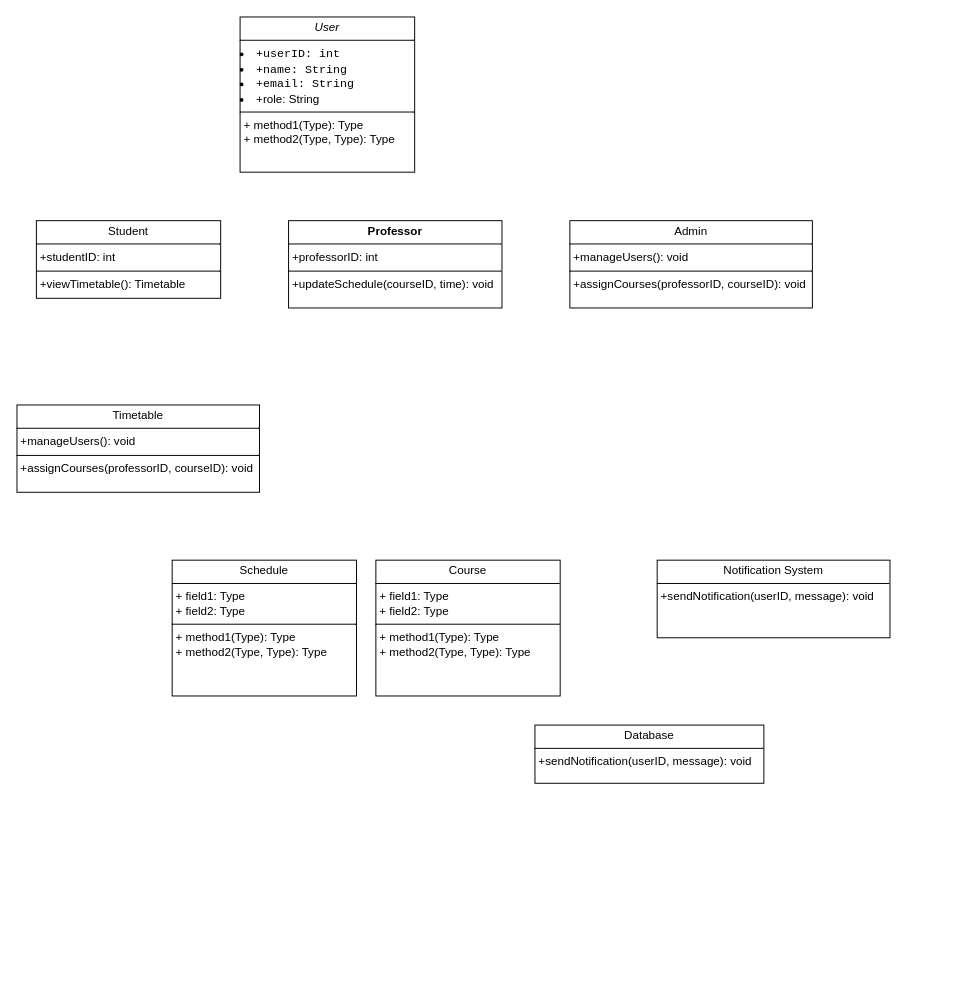
The draw.io diagram Untitled Diagram.drawio in Animofly/se_assign_3, before the edit. Source tidied: cells renumbered, new cells numbered last; positions are measured from the earlier drawing's top-left corner, leaving out a move shared by most shapes. Both pictures are drawn from the tidied source at 97%, with x=0, y=0 at pixel (16, 16).
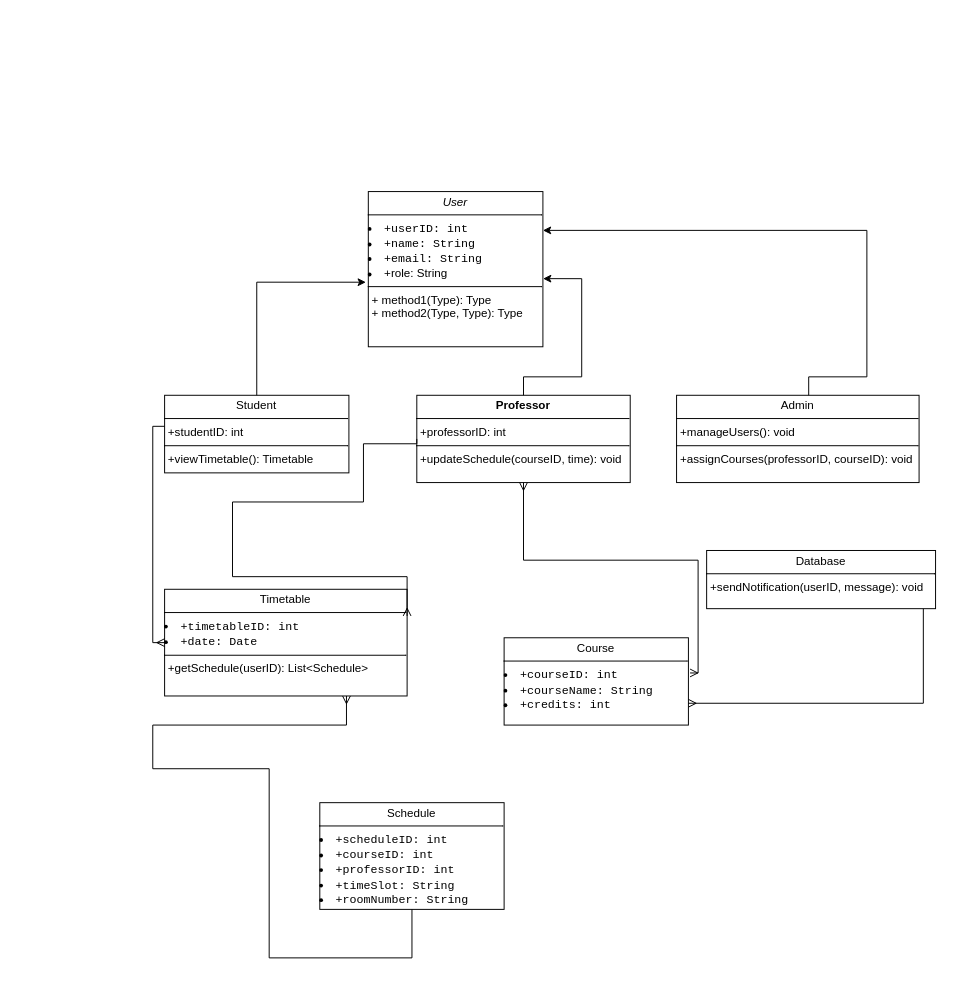
The same page after the edit.

What changed in the source:
```diff
@@
     <mxCell id="2" value="&lt;p style=&quot;margin:0px;margin-top:4px;text-align:center;&quot;&gt;&lt;i&gt;User&lt;/i&gt;&lt;/p&gt;&lt;hr size=&quot;1&quot; style=&quot;border-style:solid;&quot;&gt;&lt;li&gt;&lt;code&gt;+userID: int&lt;/code&gt;&lt;/li&gt;&lt;li&gt;&lt;code&gt;+name: String&lt;/code&gt;&lt;/li&gt;&lt;li&gt;&lt;code&gt;+email: String&lt;/code&gt;&lt;/li&gt;&lt;li&gt;+role: String&lt;/li&gt;&lt;hr size=&quot;1&quot; style=&quot;border-style:solid;&quot;&gt;&lt;p style=&quot;margin:0px;margin-left:4px;&quot;&gt;+ method1(Type): Type&lt;br&gt;+ method2(Type, Type): Type&lt;/p&gt;" style="verticalAlign=top;align=left;overflow=fill;html=1;whiteSpace=wrap;" parent="1" vertex="1">
-      <mxGeometry x="230" width="180" height="160" as="geometry" />
+      <mxGeometry x="362.2" y="180" width="180" height="160" as="geometry" />
     </mxCell>
     <mxCell id="3" value="&lt;p style=&quot;margin:0px;margin-top:4px;text-align:center;&quot;&gt;Student&lt;/p&gt;&lt;hr size=&quot;1&quot; style=&quot;border-style:solid;&quot;&gt;&lt;p style=&quot;margin:0px;margin-left:4px;&quot;&gt;+studentID: int&lt;/p&gt;&lt;hr size=&quot;1&quot; style=&quot;border-style:solid;&quot;&gt;&lt;p style=&quot;margin:0px;margin-left:4px;&quot;&gt;+viewTimetable(): Timetable&lt;/p&gt;" style="verticalAlign=top;align=left;overflow=fill;html=1;whiteSpace=wrap;" parent="1" vertex="1">
-      <mxGeometry x="20" y="210" width="190" height="80" as="geometry" />
+      <mxGeometry x="152.2" y="390" width="190" height="80" as="geometry" />
     </mxCell>
     <mxCell id="4" value="&lt;p style=&quot;margin:0px;margin-top:4px;text-align:center;&quot;&gt;&lt;strong&gt;Professor&lt;/strong&gt;&lt;/p&gt;&lt;hr size=&quot;1&quot; style=&quot;border-style:solid;&quot;&gt;&lt;p style=&quot;margin:0px;margin-left:4px;&quot;&gt;+professorID: int&lt;/p&gt;&lt;hr size=&quot;1&quot; style=&quot;border-style:solid;&quot;&gt;&lt;p style=&quot;margin:0px;margin-left:4px;&quot;&gt;+updateSchedule(courseID, time): void&lt;/p&gt;" style="verticalAlign=top;align=left;overflow=fill;html=1;whiteSpace=wrap;" parent="1" vertex="1">
-      <mxGeometry x="280" y="210" width="220" height="90" as="geometry" />
+      <mxGeometry x="412.2" y="390" width="220" height="90" as="geometry" />
     </mxCell>
-    <mxCell id="5" value="&lt;p style=&quot;margin:0px;margin-top:4px;text-align:center;&quot;&gt;Notification System&lt;/p&gt;&lt;hr size=&quot;1&quot; style=&quot;border-style:solid;&quot;&gt;&lt;p style=&quot;margin:0px;margin-left:4px;&quot;&gt;+sendNotification(userID, message): void&lt;/p&gt;" style="verticalAlign=top;align=left;overflow=fill;html=1;whiteSpace=wrap;" parent="1" vertex="1">
-      <mxGeometry x="660" y="560" width="240" height="80" as="geometry" />
-    </mxCell>
-    <mxCell id="6" value="&lt;p style=&quot;margin:0px;margin-top:4px;text-align:center;&quot;&gt;Schedule&lt;/p&gt;&lt;hr size=&quot;1&quot; style=&quot;border-style:solid;&quot;&gt;&lt;p style=&quot;margin:0px;margin-left:4px;&quot;&gt;+ field1: Type&lt;br&gt;+ field2: Type&lt;/p&gt;&lt;hr size=&quot;1&quot; style=&quot;border-style:solid;&quot;&gt;&lt;p style=&quot;margin:0px;margin-left:4px;&quot;&gt;+ method1(Type): Type&lt;br&gt;+ method2(Type, Type): Type&lt;/p&gt;" style="verticalAlign=top;align=left;overflow=fill;html=1;whiteSpace=wrap;" parent="1" vertex="1">
-      <mxGeometry x="160" y="560" width="190" height="140" as="geometry" />
+    <mxCell id="6" value="&lt;p style=&quot;margin:0px;margin-top:4px;text-align:center;&quot;&gt;Schedule&lt;/p&gt;&lt;hr size=&quot;1&quot; style=&quot;border-style:solid;&quot;&gt;&lt;li&gt;&lt;code&gt;+scheduleID: int&lt;/code&gt;&lt;/li&gt;&lt;li&gt;&lt;code&gt;+courseID: int&lt;/code&gt;&lt;/li&gt;&lt;li&gt;&lt;code&gt;+professorID: int&lt;/code&gt;&lt;/li&gt;&lt;li&gt;&lt;code&gt;+timeSlot: String&lt;/code&gt;&lt;/li&gt;&lt;li&gt;&lt;code&gt;+roomNumber: String&lt;/code&gt;&lt;/li&gt;" style="verticalAlign=top;align=left;overflow=fill;html=1;whiteSpace=wrap;" parent="1" vertex="1">
+      <mxGeometry x="312.2" y="810" width="190" height="110" as="geometry" />
     </mxCell>
     <mxCell id="7" value="&lt;p style=&quot;margin:0px;margin-top:4px;text-align:center;&quot;&gt;Admin&lt;/p&gt;&lt;hr size=&quot;1&quot; style=&quot;border-style:solid;&quot;&gt;&lt;p style=&quot;margin:0px;margin-left:4px;&quot;&gt;+manageUsers(): void&lt;/p&gt;&lt;hr size=&quot;1&quot; style=&quot;border-style:solid;&quot;&gt;&lt;p style=&quot;margin:0px;margin-left:4px;&quot;&gt;+assignCourses(professorID, courseID): void&lt;/p&gt;" style="verticalAlign=top;align=left;overflow=fill;html=1;whiteSpace=wrap;" parent="1" vertex="1">
-      <mxGeometry x="570" y="210" width="250" height="90" as="geometry" />
+      <mxGeometry x="680" y="390" width="250" height="90" as="geometry" />
     </mxCell>
-    <mxCell id="8" value="&lt;p style=&quot;margin:0px;margin-top:4px;text-align:center;&quot;&gt;Timetable&lt;/p&gt;&lt;hr size=&quot;1&quot; style=&quot;border-style:solid;&quot;&gt;&lt;p style=&quot;margin:0px;margin-left:4px;&quot;&gt;+manageUsers(): void&lt;/p&gt;&lt;hr size=&quot;1&quot; style=&quot;border-style:solid;&quot;&gt;&lt;p style=&quot;margin:0px;margin-left:4px;&quot;&gt;+assignCourses(professorID, courseID): void&lt;/p&gt;" style="verticalAlign=top;align=left;overflow=fill;html=1;whiteSpace=wrap;" parent="1" vertex="1">
-      <mxGeometry y="400" width="250" height="90" as="geometry" />
+    <mxCell id="8" value="&lt;p style=&quot;margin:0px;margin-top:4px;text-align:center;&quot;&gt;Timetable&lt;/p&gt;&lt;hr size=&quot;1&quot; style=&quot;border-style:solid;&quot;&gt;&lt;li&gt;&lt;code&gt;+timetableID: int&lt;/code&gt;&lt;/li&gt;&lt;li&gt;&lt;code&gt;+date: Date&lt;/code&gt;&lt;/li&gt;&lt;hr size=&quot;1&quot; style=&quot;border-style:solid;&quot;&gt;&lt;p style=&quot;margin:0px;margin-left:4px;&quot;&gt;+getSchedule(userID): List&amp;lt;Schedule&amp;gt;&lt;/p&gt;" style="verticalAlign=top;align=left;overflow=fill;html=1;whiteSpace=wrap;" parent="1" vertex="1">
+      <mxGeometry x="152.2" y="590" width="250" height="110" as="geometry" />
     </mxCell>
     <mxCell id="9" value="&lt;p style=&quot;margin:0px;margin-top:4px;text-align:center;&quot;&gt;Database&lt;/p&gt;&lt;hr size=&quot;1&quot; style=&quot;border-style:solid;&quot;&gt;&lt;p style=&quot;margin:0px;margin-left:4px;&quot;&gt;+sendNotification(userID, message): void&lt;/p&gt;" style="verticalAlign=top;align=left;overflow=fill;html=1;whiteSpace=wrap;" parent="1" vertex="1">
-      <mxGeometry x="534" y="730" width="236" height="60" as="geometry" />
+      <mxGeometry x="711" y="550" width="236" height="60" as="geometry" />
     </mxCell>
-    <mxCell id="10" value="&lt;p style=&quot;margin:0px;margin-top:4px;text-align:center;&quot;&gt;Course&lt;/p&gt;&lt;hr size=&quot;1&quot; style=&quot;border-style:solid;&quot;&gt;&lt;p style=&quot;margin:0px;margin-left:4px;&quot;&gt;+ field1: Type&lt;br&gt;+ field2: Type&lt;/p&gt;&lt;hr size=&quot;1&quot; style=&quot;border-style:solid;&quot;&gt;&lt;p style=&quot;margin:0px;margin-left:4px;&quot;&gt;+ method1(Type): Type&lt;br&gt;+ method2(Type, Type): Type&lt;/p&gt;" style="verticalAlign=top;align=left;overflow=fill;html=1;whiteSpace=wrap;" parent="1" vertex="1">
-      <mxGeometry x="370" y="560" width="190" height="140" as="geometry" />
+    <mxCell id="10" value="&lt;p style=&quot;margin:0px;margin-top:4px;text-align:center;&quot;&gt;Course&lt;/p&gt;&lt;hr size=&quot;1&quot; style=&quot;border-style:solid;&quot;&gt;&lt;li&gt;&lt;code&gt;+courseID: int&lt;/code&gt;&lt;/li&gt;&lt;li&gt;&lt;code&gt;+courseName: String&lt;/code&gt;&lt;/li&gt;&lt;li&gt;&lt;code&gt;+credits: int&lt;/code&gt;&lt;/li&gt;&lt;p style=&quot;margin:0px;margin-left:4px;&quot;&gt;&lt;br&gt;&lt;/p&gt;" style="verticalAlign=top;align=left;overflow=fill;html=1;whiteSpace=wrap;" parent="1" vertex="1">
+      <mxGeometry x="502.2" y="640" width="190" height="90" as="geometry" />
     </mxCell>
+    <mxCell id="11" style="endArrow=classic;html=1;rounded=0;exitX=0.5;exitY=0;exitDx=0;exitDy=0;edgeStyle=orthogonalEdgeStyle;entryX=-0.014;entryY=0.584;entryDx=0;entryDy=0;entryPerimeter=0;" parent="1" edge="1" source="3" target="2">
+      <mxGeometry relative="1" as="geometry">
+        <Array as="points">
+          <mxPoint x="247.2" y="273" />
+        </Array>
+      </mxGeometry>
+    </mxCell>
+    <mxCell id="12" style="endArrow=classic;html=1;rounded=0;entryX=1.001;entryY=0.561;entryDx=0;entryDy=0;entryPerimeter=0;edgeStyle=orthogonalEdgeStyle;exitX=0.5;exitY=0;exitDx=0;exitDy=0;" parent="1" edge="1" source="4" target="2">
+      <mxGeometry relative="1" as="geometry">
+        <Array as="points">
+          <mxPoint x="522.2" y="371" />
+          <mxPoint x="582.2" y="371" />
+          <mxPoint x="582.2" y="270" />
+        </Array>
+      </mxGeometry>
+    </mxCell>
+    <mxCell id="13" style="endArrow=classic;html=1;rounded=0;edgeStyle=orthogonalEdgeStyle;exitX=0.5;exitY=0;exitDx=0;exitDy=0;entryX=1;entryY=0.25;entryDx=0;entryDy=0;" parent="1" edge="1" target="2">
+      <mxGeometry relative="1" as="geometry">
+        <mxPoint x="816.2" y="390" as="sourcePoint" />
+        <Array as="points">
+          <mxPoint x="816.2" y="371" />
+          <mxPoint x="876.2" y="371" />
+          <mxPoint x="876.2" y="220" />
+        </Array>
+      </mxGeometry>
+    </mxCell>
+    <mxCell id="14" style="edgeStyle=orthogonalEdgeStyle;fontSize=12;html=1;endArrow=ERmany;startArrow=ERmany;rounded=0;exitX=1.009;exitY=0.403;exitDx=0;exitDy=0;exitPerimeter=0;" parent="1" edge="1" source="10" target="4">
+      <mxGeometry relative="1" as="geometry">
+        <Array as="points">
+          <mxPoint x="702.2" y="676" />
+          <mxPoint x="702.2" y="560" />
+          <mxPoint x="522.2" y="560" />
+        </Array>
+      </mxGeometry>
+    </mxCell>
+    <mxCell id="15" style="edgeStyle=orthogonalEdgeStyle;fontSize=12;html=1;endArrow=ERmany;rounded=0;" parent="1" edge="1" target="8">
+      <mxGeometry relative="1" as="geometry">
+        <mxPoint x="152.2" y="422" as="sourcePoint" />
+        <Array as="points">
+          <mxPoint x="140" y="422" />
+          <mxPoint x="140" y="645" />
+        </Array>
+      </mxGeometry>
+    </mxCell>
+    <mxCell id="16" style="edgeStyle=orthogonalEdgeStyle;fontSize=12;html=1;endArrow=ERmany;rounded=0;exitX=0;exitY=0.5;exitDx=0;exitDy=0;entryX=1;entryY=0.25;entryDx=0;entryDy=0;" parent="1" edge="1" source="4" target="8">
+      <mxGeometry relative="1" as="geometry">
+        <Array as="points">
+          <mxPoint x="412.2" y="440" />
+          <mxPoint x="357.2" y="440" />
+          <mxPoint x="357.2" y="500" />
+          <mxPoint x="222.2" y="500" />
+          <mxPoint x="222.2" y="577" />
+        </Array>
+      </mxGeometry>
+    </mxCell>
+    <mxCell id="17" style="edgeStyle=orthogonalEdgeStyle;fontSize=12;html=1;endArrow=ERmany;rounded=0;exitX=0.5;exitY=1;exitDx=0;exitDy=0;entryX=0.75;entryY=1;entryDx=0;entryDy=0;" parent="1" edge="1" source="6" target="8">
+      <mxGeometry relative="1" as="geometry">
+        <Array as="points">
+          <mxPoint x="407" y="970" />
+          <mxPoint x="260" y="970" />
+          <mxPoint x="260" y="775" />
+          <mxPoint x="140" y="775" />
+          <mxPoint x="140" y="730" />
+          <mxPoint x="340" y="730" />
+        </Array>
+      </mxGeometry>
+    </mxCell>
+    <mxCell id="18" style="edgeStyle=orthogonalEdgeStyle;fontSize=12;html=1;endArrow=ERmany;rounded=0;exitX=0.772;exitY=1.002;exitDx=0;exitDy=0;entryX=1;entryY=0.75;entryDx=0;entryDy=0;exitPerimeter=0;" parent="1" edge="1" target="10">
+      <mxGeometry relative="1" as="geometry">
+        <mxPoint x="934.4" y="610.1" as="sourcePoint" />
+        <Array as="points">
+          <mxPoint x="934" y="707" />
+        </Array>
+      </mxGeometry>
+    </mxCell>
```
